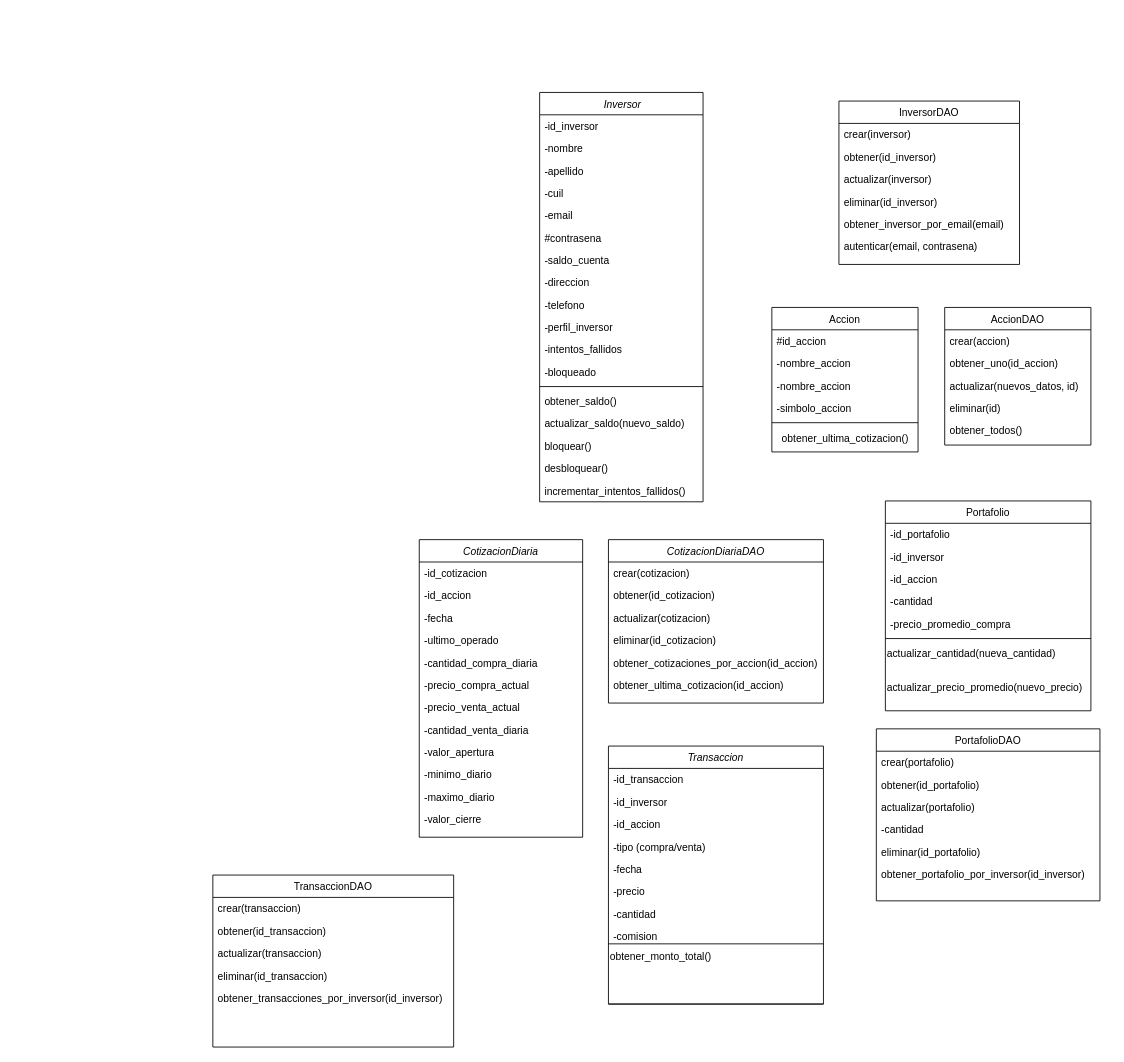
Innovacoders-devs/ArgBroker keeps this draw.io diagram as Programacion/diagrama de clases tentaivo.drawio. Above is the earlier version. Source tidied: cells renumbered, new cells numbered last; positions are measured from the earlier drawing's top-left corner, leaving out a move shared by most shapes. Both pictures are drawn from the tidied source at 86%, with x=0, y=0 at pixel (212, 92).
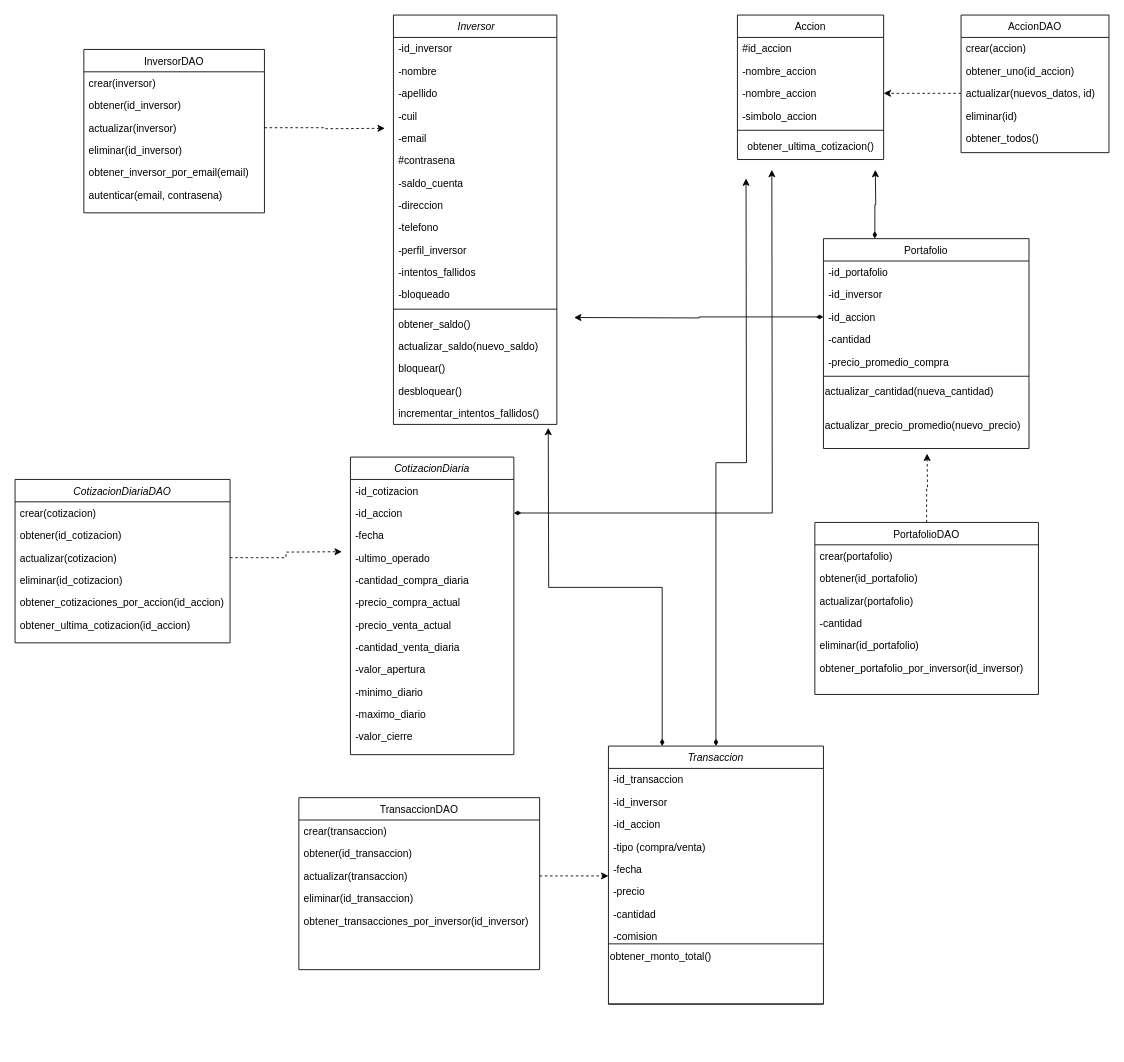
After the change.

The change refers to these unchanged cells:
```xml
<mxCell id="24" value="-nombre_accion" style="text;align=left;verticalAlign=top;spacingLeft=4;spacingRight=4;overflow=hidden;points=[[0,0.5],[1,0.5]];portConstraint=eastwest;rounded=0;shadow=0;html=0;" parent="21" vertex="1">
  <mxGeometry y="78" width="170" height="26" as="geometry" />
</mxCell>
<mxCell id="31" value="-id_accion" style="text;align=left;verticalAlign=top;spacingLeft=4;spacingRight=4;overflow=hidden;points=[[0,0.5],[1,0.5]];portConstraint=eastwest;" parent="28" vertex="1">
  <mxGeometry y="78" width="239" height="26" as="geometry" />
</mxCell>
<mxCell id="52" value="-id_accion" style="text;align=left;verticalAlign=top;spacingLeft=4;spacingRight=4;overflow=hidden;points=[[0,0.5],[1,0.5]];portConstraint=eastwest;rounded=0;shadow=0;html=0;" parent="50" vertex="1">
  <mxGeometry y="52" width="190" height="26" as="geometry" />
</mxCell>
<mxCell id="66" value="actualizar(cotizacion)" style="text;align=left;verticalAlign=top;spacingLeft=4;spacingRight=4;overflow=hidden;points=[[0,0.5],[1,0.5]];portConstraint=eastwest;rounded=0;shadow=0;html=0;" parent="63" vertex="1">
  <mxGeometry y="78" width="250" height="26" as="geometry" />
</mxCell>
<mxCell id="77" value="Transaccion" style="swimlane;fontStyle=2;align=center;verticalAlign=top;horizontal=1;startSize=26;rounded=0;shadow=0;strokeWidth=1;" parent="1" vertex="1">
  <mxGeometry x="460" y="760" width="250" height="300" as="geometry" />
</mxCell>
<mxCell id="82" value="-fecha" style="text;align=left;verticalAlign=top;spacingLeft=4;spacingRight=4;overflow=hidden;points=[[0,0.5],[1,0.5]];portConstraint=eastwest;" parent="77" vertex="1">
  <mxGeometry y="130" width="250" height="26" as="geometry" />
</mxCell>
<mxCell id="92" value="actualizar(transaccion)" style="text;align=left;verticalAlign=top;spacingLeft=4;spacingRight=4;overflow=hidden;points=[[0,0.5],[1,0.5]];portConstraint=eastwest;" parent="89" vertex="1">
  <mxGeometry y="78" width="280" height="26" as="geometry" />
</mxCell>
```

Change to the diagram source:
```diff
@@
     <mxCell id="2" value=" Inversor" style="swimlane;fontStyle=2;align=center;verticalAlign=top;horizontal=1;startSize=26;rounded=0;shadow=0;strokeWidth=1;" parent="1" vertex="1">
-      <mxGeometry x="380" width="190" height="476" as="geometry" />
+      <mxGeometry x="210" y="-90" width="190" height="476" as="geometry" />
     </mxCell>
@@
     <mxCell id="21" value="Accion" style="swimlane;fontStyle=0;align=center;verticalAlign=top;horizontal=1;startSize=26;rounded=0;shadow=0;strokeWidth=1;" parent="1" vertex="1">
-      <mxGeometry x="650" y="250" width="170" height="168" as="geometry" />
+      <mxGeometry x="610" y="-90" width="170" height="168" as="geometry" />
     </mxCell>
@@
+    <mxCell id="95" style="edgeStyle=orthogonalEdgeStyle;rounded=0;jettySize=auto;html=1;exitX=0.25;exitY=0;exitDx=0;exitDy=0;startArrow=diamondThin;startFill=1;" parent="1" edge="1" source="28">
+      <mxGeometry relative="1" as="geometry">
+        <mxPoint x="770.3" y="90" as="targetPoint" />
+      </mxGeometry>
+    </mxCell>
     <mxCell id="28" value="Portafolio" style="swimlane;fontStyle=0;align=center;verticalAlign=top;horizontal=1;startSize=26;rounded=0;shadow=0;strokeWidth=1;" parent="1" vertex="1">
-      <mxGeometry x="782" y="475" width="239" height="244" as="geometry" />
+      <mxGeometry x="710" y="170" width="239" height="244" as="geometry" />
     </mxCell>
@@
+    <mxCell id="96" style="edgeStyle=orthogonalEdgeStyle;rounded=0;jettySize=auto;html=1;exitX=0;exitY=0.5;exitDx=0;exitDy=0;startArrow=diamondThin;startFill=1;" parent="28" edge="1" source="31">
+      <mxGeometry relative="1" as="geometry">
+        <mxPoint x="-290" y="91.7" as="targetPoint" />
+      </mxGeometry>
+    </mxCell>
@@
-    <mxCell id="37" value="InversorDAO" style="swimlane;fontStyle=0;align=center;verticalAlign=top;horizontal=1;startSize=26;rounded=0;shadow=0;strokeWidth=1;" parent="1" vertex="1">
-      <mxGeometry x="728" y="10" width="210" height="190" as="geometry" />
-    </mxCell>
-    <mxCell id="38" value="crear(inversor)" style="text;align=left;verticalAlign=top;spacingLeft=4;spacingRight=4;overflow=hidden;" parent="37" vertex="1">
-      <mxGeometry y="26" width="210" height="26" as="geometry" />
-    </mxCell>
-    <mxCell id="39" value="obtener(id_inversor)" style="text;align=left;verticalAlign=top;spacingLeft=4;spacingRight=4;overflow=hidden;rounded=0;shadow=0;html=0;" parent="37" vertex="1">
-      <mxGeometry y="52" width="210" height="26" as="geometry" />
-    </mxCell>
-    <mxCell id="40" value="actualizar(inversor)" style="text;align=left;verticalAlign=top;spacingLeft=4;spacingRight=4;overflow=hidden;points=[[0,0.5],[1,0.5]];portConstraint=eastwest;rounded=0;shadow=0;html=0;" parent="37" vertex="1">
-      <mxGeometry y="78" width="210" height="26" as="geometry" />
-    </mxCell>
-    <mxCell id="41" value="eliminar(id_inversor)" style="text;align=left;verticalAlign=top;spacingLeft=4;spacingRight=4;overflow=hidden;rounded=0;shadow=0;html=0;" parent="37" vertex="1">
-      <mxGeometry y="104" width="210" height="26" as="geometry" />
-    </mxCell>
-    <mxCell id="42" value="obtener_inversor_por_email(email)" style="text;align=left;verticalAlign=top;spacingLeft=4;spacingRight=4;overflow=hidden;rounded=0;shadow=0;html=0;" parent="37" vertex="1">
-      <mxGeometry y="130" width="210" height="26" as="geometry" />
-    </mxCell>
-    <mxCell id="43" value="autenticar(email, contrasena)" style="text;align=left;verticalAlign=top;spacingLeft=4;spacingRight=4;overflow=hidden;rounded=0;shadow=0;html=0;" parent="37" vertex="1">
-      <mxGeometry y="156" width="210" height="26" as="geometry" />
-    </mxCell>
     <mxCell id="44" value="AccionDAO" style="swimlane;fontStyle=0;align=center;verticalAlign=top;horizontal=1;startSize=26;rounded=0;shadow=0;strokeWidth=1;" parent="1" vertex="1">
-      <mxGeometry x="851" y="250" width="170" height="160" as="geometry" />
+      <mxGeometry x="870" y="-90" width="172" height="160" as="geometry" />
     </mxCell>
     <mxCell id="45" value="crear(accion)" style="text;align=left;verticalAlign=top;spacingLeft=4;spacingRight=4;overflow=hidden;" parent="44" vertex="1">
-      <mxGeometry y="26" width="170" height="26" as="geometry" />
+      <mxGeometry y="26" width="172" height="26" as="geometry" />
     </mxCell>
     <mxCell id="46" value="obtener_uno(id_accion)" style="text;align=left;verticalAlign=top;spacingLeft=4;spacingRight=4;overflow=hidden;rounded=0;shadow=0;html=0;" parent="44" vertex="1">
-      <mxGeometry y="52" width="170" height="26" as="geometry" />
+      <mxGeometry y="52" width="172" height="26" as="geometry" />
     </mxCell>
     <mxCell id="47" value="actualizar(nuevos_datos, id)" style="text;align=left;verticalAlign=top;spacingLeft=4;spacingRight=4;overflow=hidden;points=[[0,0.5],[1,0.5]];portConstraint=eastwest;rounded=0;shadow=0;html=0;" parent="44" vertex="1">
-      <mxGeometry y="78" width="170" height="26" as="geometry" />
+      <mxGeometry y="78" width="172" height="26" as="geometry" />
     </mxCell>
     <mxCell id="48" value="eliminar(id)" style="text;align=left;verticalAlign=top;spacingLeft=4;spacingRight=4;overflow=hidden;rounded=0;shadow=0;html=0;" parent="44" vertex="1">
-      <mxGeometry y="104" width="170" height="26" as="geometry" />
+      <mxGeometry y="104" width="172" height="26" as="geometry" />
     </mxCell>
     <mxCell id="49" value="obtener_todos()" style="text;align=left;verticalAlign=top;spacingLeft=4;spacingRight=4;overflow=hidden;rounded=0;shadow=0;html=0;" parent="44" vertex="1">
-      <mxGeometry y="130" width="170" height="26" as="geometry" />
+      <mxGeometry y="130" width="172" height="26" as="geometry" />
     </mxCell>
     <mxCell id="50" value="CotizacionDiaria" style="swimlane;fontStyle=2;align=center;verticalAlign=top;horizontal=1;startSize=26;rounded=0;shadow=0;strokeWidth=1;" parent="1" vertex="1">
-      <mxGeometry x="240" y="520" width="190" height="346" as="geometry" />
+      <mxGeometry x="160" y="424" width="190" height="346" as="geometry" />
     </mxCell>
@@
+    <mxCell id="97" style="edgeStyle=orthogonalEdgeStyle;rounded=0;jettySize=auto;html=1;exitX=1;exitY=0.5;exitDx=0;exitDy=0;startArrow=diamondThin;startFill=1;" parent="50" edge="1" source="52">
+      <mxGeometry relative="1" as="geometry">
+        <mxPoint x="490" y="-334" as="targetPoint" />
+      </mxGeometry>
+    </mxCell>
@@
     <mxCell id="63" value="CotizacionDiariaDAO" style="swimlane;fontStyle=2;align=center;verticalAlign=top;horizontal=1;startSize=26;rounded=0;shadow=0;strokeWidth=1;" parent="1" vertex="1">
-      <mxGeometry x="460" y="520" width="250" height="190" as="geometry" />
+      <mxGeometry x="-230" y="450" width="250" height="190" as="geometry" />
     </mxCell>
@@
+    <mxCell id="98" style="edgeStyle=orthogonalEdgeStyle;rounded=0;jettySize=auto;html=1;exitX=0.5;exitY=0;exitDx=0;exitDy=0;dashed=1;" parent="1" edge="1" source="70">
+      <mxGeometry relative="1" as="geometry">
+        <mxPoint x="830.5" y="420" as="targetPoint" />
+      </mxGeometry>
+    </mxCell>
     <mxCell id="70" value="PortafolioDAO" style="swimlane;fontStyle=0;align=center;verticalAlign=top;horizontal=1;startSize=26;rounded=0;shadow=0;strokeWidth=1;" parent="1" vertex="1">
-      <mxGeometry x="771.5" y="740" width="260" height="200" as="geometry" />
+      <mxGeometry x="700" y="500" width="260" height="200" as="geometry" />
     </mxCell>
@@
+    <mxCell id="99" style="edgeStyle=orthogonalEdgeStyle;rounded=0;jettySize=auto;html=1;exitX=0.25;exitY=0;exitDx=0;exitDy=0;startArrow=diamondThin;startFill=1;" parent="1" edge="1" source="77">
+      <mxGeometry relative="1" as="geometry">
+        <mxPoint x="390" y="390" as="targetPoint" />
+      </mxGeometry>
+    </mxCell>
+    <mxCell id="100" style="edgeStyle=orthogonalEdgeStyle;rounded=0;jettySize=auto;html=1;exitX=0.5;exitY=0;exitDx=0;exitDy=0;startArrow=diamondThin;startFill=1;" parent="1" edge="1" source="77">
+      <mxGeometry relative="1" as="geometry">
+        <mxPoint x="620" y="100" as="targetPoint" />
+      </mxGeometry>
+    </mxCell>
@@
     <mxCell id="89" value="TransaccionDAO" style="swimlane;fontStyle=0;align=center;verticalAlign=top;horizontal=1;startSize=26;rounded=0;shadow=0;strokeWidth=1;" parent="1" vertex="1">
-      <mxGeometry y="910" width="280" height="200" as="geometry" />
+      <mxGeometry x="100" y="820" width="280" height="200" as="geometry" />
     </mxCell>
@@
+    <mxCell id="101" style="edgeStyle=orthogonalEdgeStyle;rounded=0;jettySize=auto;html=1;exitX=0;exitY=0.5;exitDx=0;exitDy=0;entryX=1;entryY=0.5;entryDx=0;entryDy=0;dashed=1;" parent="1" edge="1" source="47" target="24">
+      <mxGeometry relative="1" as="geometry" />
+    </mxCell>
+    <mxCell id="102" style="edgeStyle=orthogonalEdgeStyle;rounded=0;jettySize=auto;html=1;exitX=1;exitY=0.5;exitDx=0;exitDy=0;dashed=1;" parent="1" edge="1" source="66">
+      <mxGeometry relative="1" as="geometry">
+        <mxPoint x="150" y="534" as="targetPoint" />
+      </mxGeometry>
+    </mxCell>
+    <mxCell id="103" style="edgeStyle=orthogonalEdgeStyle;rounded=0;jettySize=auto;html=1;exitX=1;exitY=0.5;exitDx=0;exitDy=0;entryX=0;entryY=0.808;entryDx=0;entryDy=0;entryPerimeter=0;dashed=1;" parent="1" edge="1" source="92" target="82">
+      <mxGeometry relative="1" as="geometry" />
+    </mxCell>
+    <mxCell id="37" value="InversorDAO" style="swimlane;fontStyle=0;align=center;verticalAlign=top;horizontal=1;startSize=26;rounded=0;shadow=0;strokeWidth=1;" parent="1" vertex="1">
+      <mxGeometry x="-150" y="-50" width="210" height="190" as="geometry" />
+    </mxCell>
+    <mxCell id="38" value="crear(inversor)" style="text;align=left;verticalAlign=top;spacingLeft=4;spacingRight=4;overflow=hidden;" parent="37" vertex="1">
+      <mxGeometry y="26" width="210" height="26" as="geometry" />
+    </mxCell>
+    <mxCell id="39" value="obtener(id_inversor)" style="text;align=left;verticalAlign=top;spacingLeft=4;spacingRight=4;overflow=hidden;rounded=0;shadow=0;html=0;" parent="37" vertex="1">
+      <mxGeometry y="52" width="210" height="26" as="geometry" />
+    </mxCell>
+    <mxCell id="104" style="edgeStyle=orthogonalEdgeStyle;rounded=0;jettySize=auto;html=1;exitX=1;exitY=0.5;exitDx=0;exitDy=0;dashed=1;" parent="37" edge="1" source="40">
+      <mxGeometry relative="1" as="geometry">
+        <mxPoint x="350" y="91.7" as="targetPoint" />
+      </mxGeometry>
+    </mxCell>
+    <mxCell id="40" value="actualizar(inversor)" style="text;align=left;verticalAlign=top;spacingLeft=4;spacingRight=4;overflow=hidden;points=[[0,0.5],[1,0.5]];portConstraint=eastwest;rounded=0;shadow=0;html=0;" parent="37" vertex="1">
+      <mxGeometry y="78" width="210" height="26" as="geometry" />
+    </mxCell>
+    <mxCell id="41" value="eliminar(id_inversor)" style="text;align=left;verticalAlign=top;spacingLeft=4;spacingRight=4;overflow=hidden;rounded=0;shadow=0;html=0;" parent="37" vertex="1">
+      <mxGeometry y="104" width="210" height="26" as="geometry" />
+    </mxCell>
+    <mxCell id="42" value="obtener_inversor_por_email(email)" style="text;align=left;verticalAlign=top;spacingLeft=4;spacingRight=4;overflow=hidden;rounded=0;shadow=0;html=0;" parent="37" vertex="1">
+      <mxGeometry y="130" width="210" height="26" as="geometry" />
+    </mxCell>
+    <mxCell id="43" value="autenticar(email, contrasena)" style="text;align=left;verticalAlign=top;spacingLeft=4;spacingRight=4;overflow=hidden;rounded=0;shadow=0;html=0;" parent="37" vertex="1">
+      <mxGeometry y="156" width="210" height="26" as="geometry" />
+    </mxCell>
```
